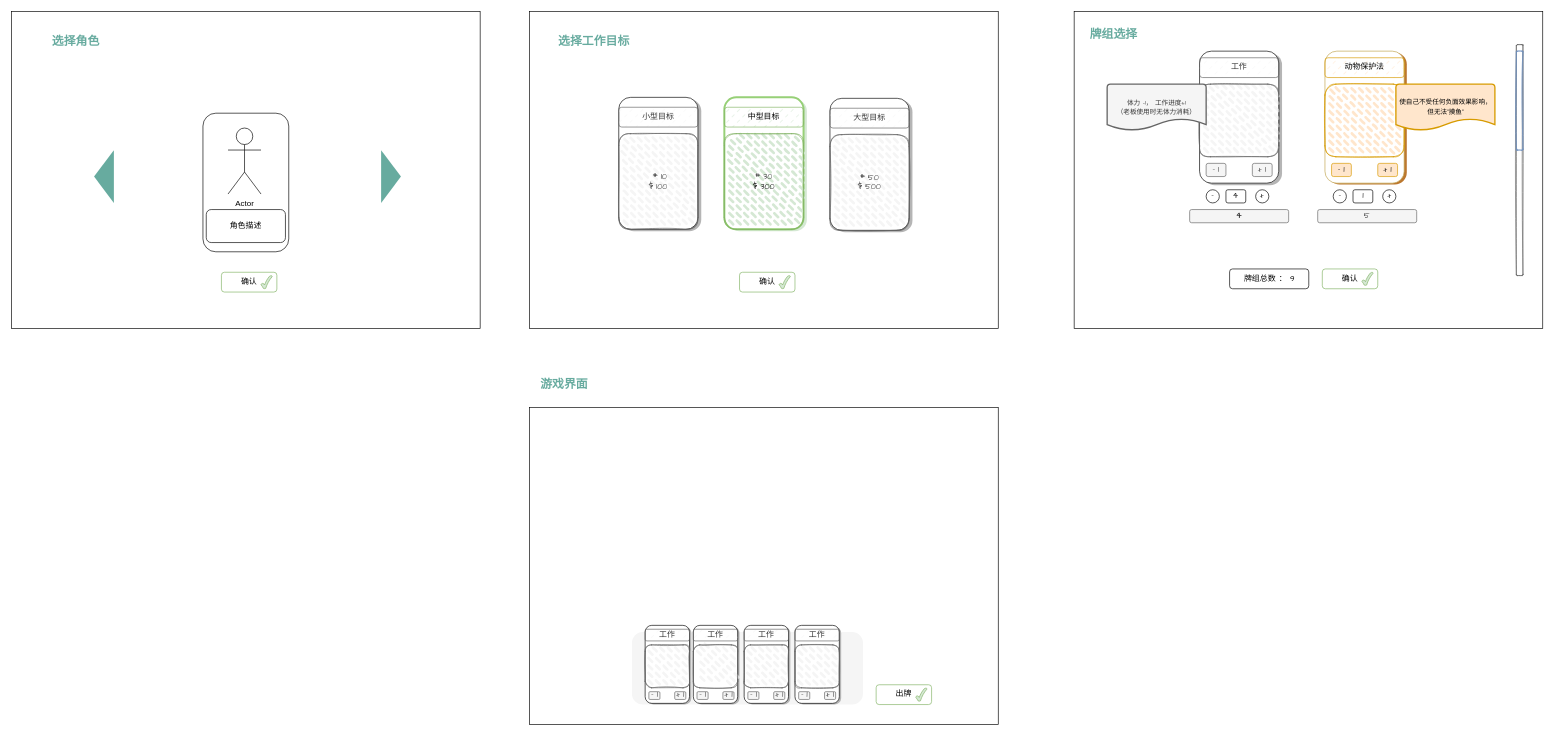
The draw.io diagram workerUX.drawio in LittleHedgehogM/LittleHedgehogM.github.io, before the edit. Source tidied: cells renumbered, new cells numbered last; positions are measured from the earlier drawing's top-left corner, leaving out a move shared by most shapes. Both pictures are drawn from the tidied source at 66%, with x=0, y=0 at pixel (11, 11).
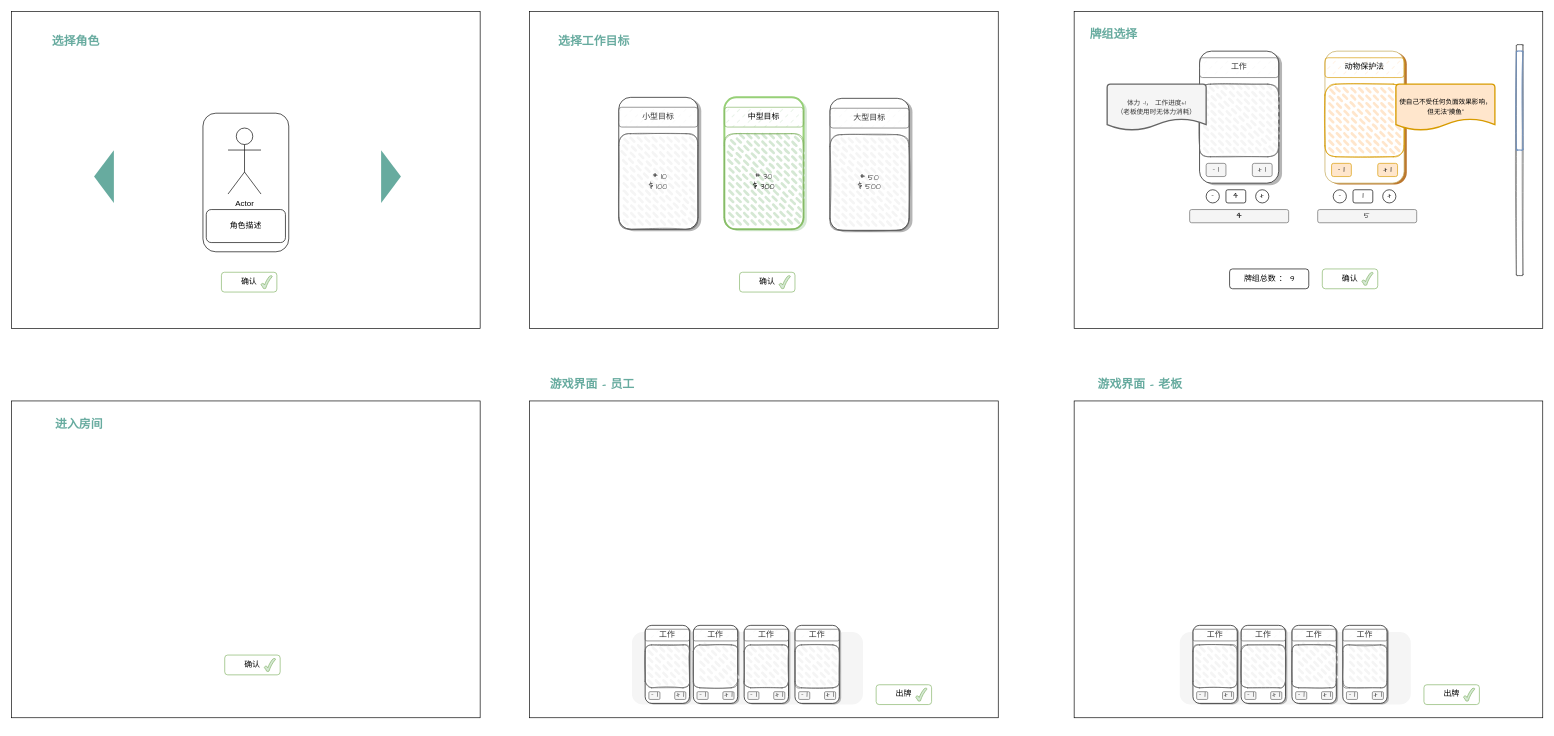
After the change.

What changed in the source:
```diff
@@
     <mxCell id="47" style="rounded=0;whiteSpace=wrap;html=1;" parent="1" vertex="1">
-      <mxGeometry x="785" y="600" width="710" height="480" as="geometry" />
+      <mxGeometry x="785" y="590" width="710" height="480" as="geometry" />
     </mxCell>
-    <mxCell id="48" value="&lt;span style=&quot;font-size: 18px;&quot;&gt;游戏界面&lt;/span&gt;" style="text;html=1;align=center;verticalAlign=middle;whiteSpace=wrap;rounded=0;fontFamily=Comic Sans MS;fontStyle=1;fontColor=#67AB9F;" parent="1" vertex="1">
-      <mxGeometry x="780" y="540" width="115" height="50" as="geometry" />
+    <mxCell id="48" value="&lt;span style=&quot;font-size: 18px;&quot;&gt;游戏界面 - 员工&lt;/span&gt;" style="text;html=1;align=center;verticalAlign=middle;whiteSpace=wrap;rounded=0;fontFamily=Comic Sans MS;fontStyle=1;fontColor=#67AB9F;" parent="1" vertex="1">
+      <mxGeometry x="780" y="540" width="200" height="50" as="geometry" />
     </mxCell>
@@
+    <mxCell id="90" style="rounded=0;whiteSpace=wrap;html=1;" parent="1" vertex="1">
+      <mxGeometry y="590" width="710" height="480" as="geometry" />
+    </mxCell>
+    <mxCell id="91" value="&lt;span style=&quot;font-size: 18px;&quot;&gt;进入房间&lt;/span&gt;" style="text;html=1;align=center;verticalAlign=middle;whiteSpace=wrap;rounded=0;fontFamily=Comic Sans MS;fontStyle=1;fontColor=#67AB9F;" parent="1" vertex="1">
+      <mxGeometry x="45" y="600" width="115" height="50" as="geometry" />
+    </mxCell>
+    <mxCell id="92" value="确认" style="rounded=1;whiteSpace=wrap;html=1;fontFamily=Comic Sans MS;fillColor=none;strokeColor=#82b366;" parent="1" vertex="1">
+      <mxGeometry x="323" y="975" width="84" height="30" as="geometry" />
+    </mxCell>
+    <mxCell id="93" style="verticalLabelPosition=bottom;verticalAlign=top;html=1;shape=mxgraph.basic.tick;fillColor=#d5e8d4;strokeColor=#82b366;fontFamily=Comic Sans MS;" parent="1" vertex="1">
+      <mxGeometry x="383" y="980" width="17" height="20" as="geometry" />
+    </mxCell>
+    <mxCell id="94" style="rounded=0;whiteSpace=wrap;html=1;" parent="1" vertex="1">
+      <mxGeometry x="1610" y="590" width="710" height="480" as="geometry" />
+    </mxCell>
+    <mxCell id="95" value="&lt;span style=&quot;font-size: 18px;&quot;&gt;游戏界面 - 老板&lt;/span&gt;" style="text;html=1;align=center;verticalAlign=middle;whiteSpace=wrap;rounded=0;fontFamily=Comic Sans MS;fontStyle=1;fontColor=#67AB9F;" parent="1" vertex="1">
+      <mxGeometry x="1610" y="540" width="200" height="50" as="geometry" />
+    </mxCell>
+    <mxCell id="96" style="rounded=1;whiteSpace=wrap;html=1;fillColor=#f5f5f5;fontColor=#333333;strokeColor=none;fontFamily=Comic Sans MS;" parent="1" vertex="1">
+      <mxGeometry x="1770" y="940" width="350" height="110" as="geometry" />
+    </mxCell>
+    <mxCell id="97" style="group;" parent="1" vertex="1">
+      <mxGeometry x="2140" y="1020" width="84" height="30" as="geometry" />
+    </mxCell>
+    <mxCell id="98" value="出牌" style="rounded=1;whiteSpace=wrap;html=1;fontFamily=Comic Sans MS;fillColor=none;strokeColor=#82b366;" parent="97" vertex="1">
+      <mxGeometry width="84" height="30" as="geometry" />
+    </mxCell>
+    <mxCell id="99" style="verticalLabelPosition=bottom;verticalAlign=top;html=1;shape=mxgraph.basic.tick;fillColor=#d5e8d4;strokeColor=#82b366;fontFamily=Comic Sans MS;" parent="97" vertex="1">
+      <mxGeometry x="60" y="5" width="17" height="20" as="geometry" />
+    </mxCell>
+    <mxCell id="100" style="group;" parent="1" vertex="1">
+      <mxGeometry x="1863" y="930" width="70" height="120" as="geometry" />
+    </mxCell>
+    <mxCell id="101" style="rounded=1;whiteSpace=wrap;html=1;fillColor=#B5B5B5;fontColor=#333333;strokeColor=none;fontFamily=Comic Sans MS;" parent="100" vertex="1">
+      <mxGeometry x="2.8" y="1.8" width="67.2" height="118.2" as="geometry" />
+    </mxCell>
+    <mxCell id="102" style="rounded=1;whiteSpace=wrap;html=1;fontFamily=Comic Sans MS;" parent="100" vertex="1">
+      <mxGeometry width="67.2" height="118.2" as="geometry" />
+    </mxCell>
+    <mxCell id="103" value="工作" style="rounded=1;whiteSpace=wrap;html=1;fillStyle=dashed;fillColor=#f5f5f5;strokeColor=#666666;fontColor=#333333;fontFamily=Comic Sans MS;" parent="100" vertex="1">
+      <mxGeometry y="5.9" width="67.2" height="17.7" as="geometry" />
+    </mxCell>
+    <mxCell id="104" value="- 1" style="rounded=1;whiteSpace=wrap;html=1;fillColor=#f5f5f5;strokeColor=#666666;fontColor=#333333;fontFamily=Comic Sans MS;" parent="100" vertex="1">
+      <mxGeometry x="5.6" y="100.5" width="16.8" height="11.8" as="geometry" />
+    </mxCell>
+    <mxCell id="105" value="+ 1" style="rounded=1;whiteSpace=wrap;html=1;fillColor=#f5f5f5;strokeColor=#666666;fontColor=#333333;fontFamily=Comic Sans MS;" parent="100" vertex="1">
+      <mxGeometry x="44.8" y="100.5" width="16.8" height="11.8" as="geometry" />
+    </mxCell>
+    <mxCell id="106" style="rounded=1;whiteSpace=wrap;html=1;strokeWidth=1;fillWeight=4;hachureGap=8;hachureAngle=45;fillColor=#f5f5f5;sketch=1;fontColor=#333333;strokeColor=#666666;fillStyle=dashed;shadow=0;fontFamily=Comic Sans MS;" parent="100" vertex="1">
+      <mxGeometry y="29.6" width="67.2" height="65" as="geometry" />
+    </mxCell>
+    <mxCell id="107" style="group;" parent="1" vertex="1">
+      <mxGeometry x="1940" y="930" width="70" height="120" as="geometry" />
+    </mxCell>
+    <mxCell id="108" style="rounded=1;whiteSpace=wrap;html=1;fillColor=#B5B5B5;fontColor=#333333;strokeColor=none;fontFamily=Comic Sans MS;" parent="107" vertex="1">
+      <mxGeometry x="2.8" y="1.8" width="67.2" height="118.2" as="geometry" />
+    </mxCell>
+    <mxCell id="109" style="rounded=1;whiteSpace=wrap;html=1;fontFamily=Comic Sans MS;" parent="107" vertex="1">
+      <mxGeometry width="67.2" height="118.2" as="geometry" />
+    </mxCell>
+    <mxCell id="110" value="工作" style="rounded=1;whiteSpace=wrap;html=1;fillStyle=dashed;fillColor=#f5f5f5;strokeColor=#666666;fontColor=#333333;fontFamily=Comic Sans MS;" parent="107" vertex="1">
+      <mxGeometry y="5.9" width="67.2" height="17.7" as="geometry" />
+    </mxCell>
+    <mxCell id="111" value="- 1" style="rounded=1;whiteSpace=wrap;html=1;fillColor=#f5f5f5;strokeColor=#666666;fontColor=#333333;fontFamily=Comic Sans MS;" parent="107" vertex="1">
+      <mxGeometry x="5.6" y="100.5" width="16.8" height="11.8" as="geometry" />
+    </mxCell>
+    <mxCell id="112" value="+ 1" style="rounded=1;whiteSpace=wrap;html=1;fillColor=#f5f5f5;strokeColor=#666666;fontColor=#333333;fontFamily=Comic Sans MS;" parent="107" vertex="1">
+      <mxGeometry x="44.8" y="100.5" width="16.8" height="11.8" as="geometry" />
+    </mxCell>
+    <mxCell id="113" style="rounded=1;whiteSpace=wrap;html=1;strokeWidth=1;fillWeight=4;hachureGap=8;hachureAngle=45;fillColor=#f5f5f5;sketch=1;fontColor=#333333;strokeColor=#666666;fillStyle=dashed;shadow=0;fontFamily=Comic Sans MS;" parent="107" vertex="1">
+      <mxGeometry y="29.6" width="67.2" height="65" as="geometry" />
+    </mxCell>
+    <mxCell id="114" style="group;" parent="1" vertex="1">
+      <mxGeometry x="2017" y="930" width="70" height="120" as="geometry" />
+    </mxCell>
+    <mxCell id="115" style="rounded=1;whiteSpace=wrap;html=1;fillColor=#B5B5B5;fontColor=#333333;strokeColor=none;fontFamily=Comic Sans MS;" parent="114" vertex="1">
+      <mxGeometry x="2.8" y="1.8" width="67.2" height="118.2" as="geometry" />
+    </mxCell>
+    <mxCell id="116" style="rounded=1;whiteSpace=wrap;html=1;fontFamily=Comic Sans MS;" parent="114" vertex="1">
+      <mxGeometry width="67.2" height="118.2" as="geometry" />
+    </mxCell>
+    <mxCell id="117" value="工作" style="rounded=1;whiteSpace=wrap;html=1;fillStyle=dashed;fillColor=#f5f5f5;strokeColor=#666666;fontColor=#333333;fontFamily=Comic Sans MS;" parent="114" vertex="1">
+      <mxGeometry y="5.9" width="67.2" height="17.7" as="geometry" />
+    </mxCell>
+    <mxCell id="118" value="- 1" style="rounded=1;whiteSpace=wrap;html=1;fillColor=#f5f5f5;strokeColor=#666666;fontColor=#333333;fontFamily=Comic Sans MS;" parent="114" vertex="1">
+      <mxGeometry x="5.6" y="100.5" width="16.8" height="11.8" as="geometry" />
+    </mxCell>
+    <mxCell id="119" value="+ 1" style="rounded=1;whiteSpace=wrap;html=1;fillColor=#f5f5f5;strokeColor=#666666;fontColor=#333333;fontFamily=Comic Sans MS;" parent="114" vertex="1">
+      <mxGeometry x="44.8" y="100.5" width="16.8" height="11.8" as="geometry" />
+    </mxCell>
+    <mxCell id="120" style="rounded=1;whiteSpace=wrap;html=1;strokeWidth=1;fillWeight=4;hachureGap=8;hachureAngle=45;fillColor=#f5f5f5;sketch=1;fontColor=#333333;strokeColor=#666666;fillStyle=dashed;shadow=0;fontFamily=Comic Sans MS;" parent="114" vertex="1">
+      <mxGeometry y="29.6" width="67.2" height="65" as="geometry" />
+    </mxCell>
+    <mxCell id="121" style="group;" parent="1" vertex="1">
+      <mxGeometry x="1790" y="930" width="70" height="120" as="geometry" />
+    </mxCell>
+    <mxCell id="122" style="rounded=1;whiteSpace=wrap;html=1;fillColor=#B5B5B5;fontColor=#333333;strokeColor=none;fontFamily=Comic Sans MS;" parent="121" vertex="1">
+      <mxGeometry x="2.8" y="1.8" width="67.2" height="118.2" as="geometry" />
+    </mxCell>
+    <mxCell id="123" style="rounded=1;whiteSpace=wrap;html=1;fontFamily=Comic Sans MS;" parent="121" vertex="1">
+      <mxGeometry width="67.2" height="118.2" as="geometry" />
+    </mxCell>
+    <mxCell id="124" value="工作" style="rounded=1;whiteSpace=wrap;html=1;fillStyle=dashed;fillColor=#f5f5f5;strokeColor=#666666;fontColor=#333333;fontFamily=Comic Sans MS;" parent="121" vertex="1">
+      <mxGeometry y="5.9" width="67.2" height="17.7" as="geometry" />
+    </mxCell>
+    <mxCell id="125" value="- 1" style="rounded=1;whiteSpace=wrap;html=1;fillColor=#f5f5f5;strokeColor=#666666;fontColor=#333333;fontFamily=Comic Sans MS;" parent="121" vertex="1">
+      <mxGeometry x="5.6" y="100.5" width="16.8" height="11.8" as="geometry" />
+    </mxCell>
+    <mxCell id="126" value="+ 1" style="rounded=1;whiteSpace=wrap;html=1;fillColor=#f5f5f5;strokeColor=#666666;fontColor=#333333;fontFamily=Comic Sans MS;" parent="121" vertex="1">
+      <mxGeometry x="44.8" y="100.5" width="16.8" height="11.8" as="geometry" />
+    </mxCell>
+    <mxCell id="127" style="rounded=1;whiteSpace=wrap;html=1;strokeWidth=1;fillWeight=4;hachureGap=8;hachureAngle=45;fillColor=#f5f5f5;sketch=1;fontColor=#333333;strokeColor=#666666;fillStyle=dashed;shadow=0;fontFamily=Comic Sans MS;" parent="121" vertex="1">
+      <mxGeometry y="29.6" width="67.2" height="65" as="geometry" />
+    </mxCell>
```
